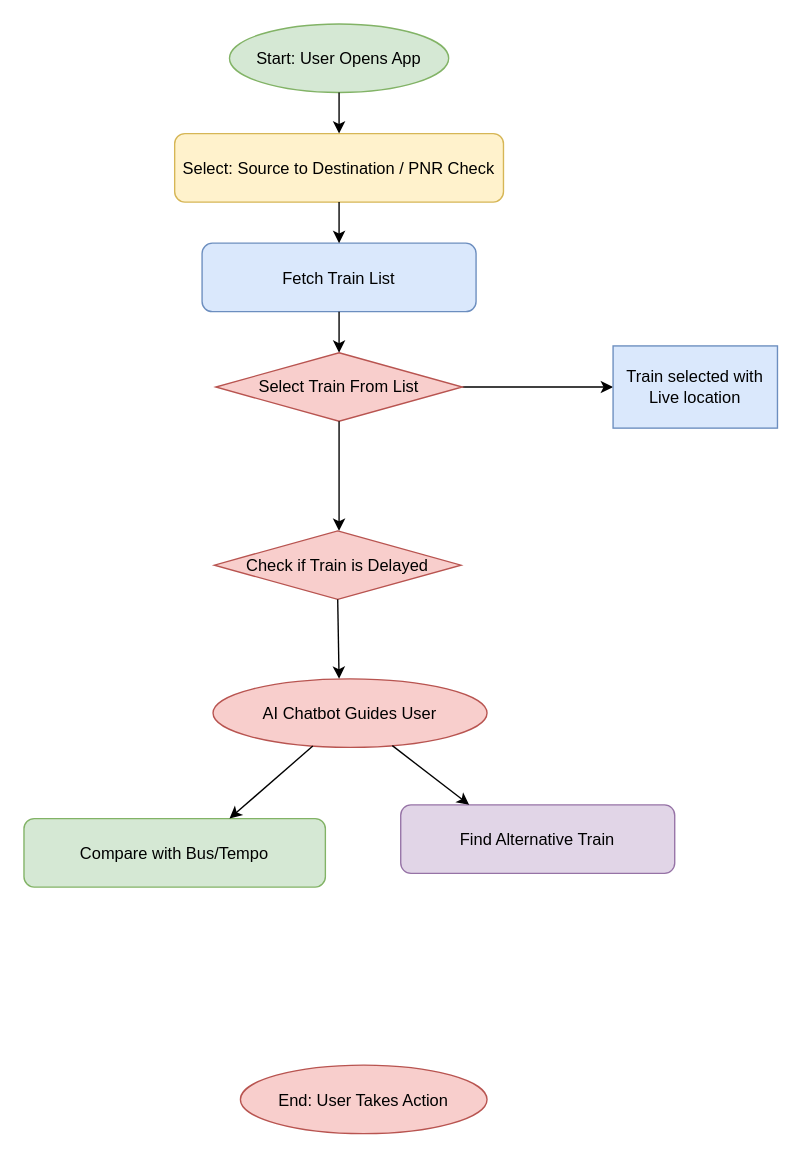
Before: ModelTrain.drawio in Gauravlodhi530/My-First-Web, a draw.io diagram. Source tidied: cells renumbered, new cells numbered last; positions are measured from the earlier drawing's top-left corner, leaving out a move shared by most shapes. Both pictures are drawn from the tidied source at 137%, with x=0, y=0 at pixel (23, 23).
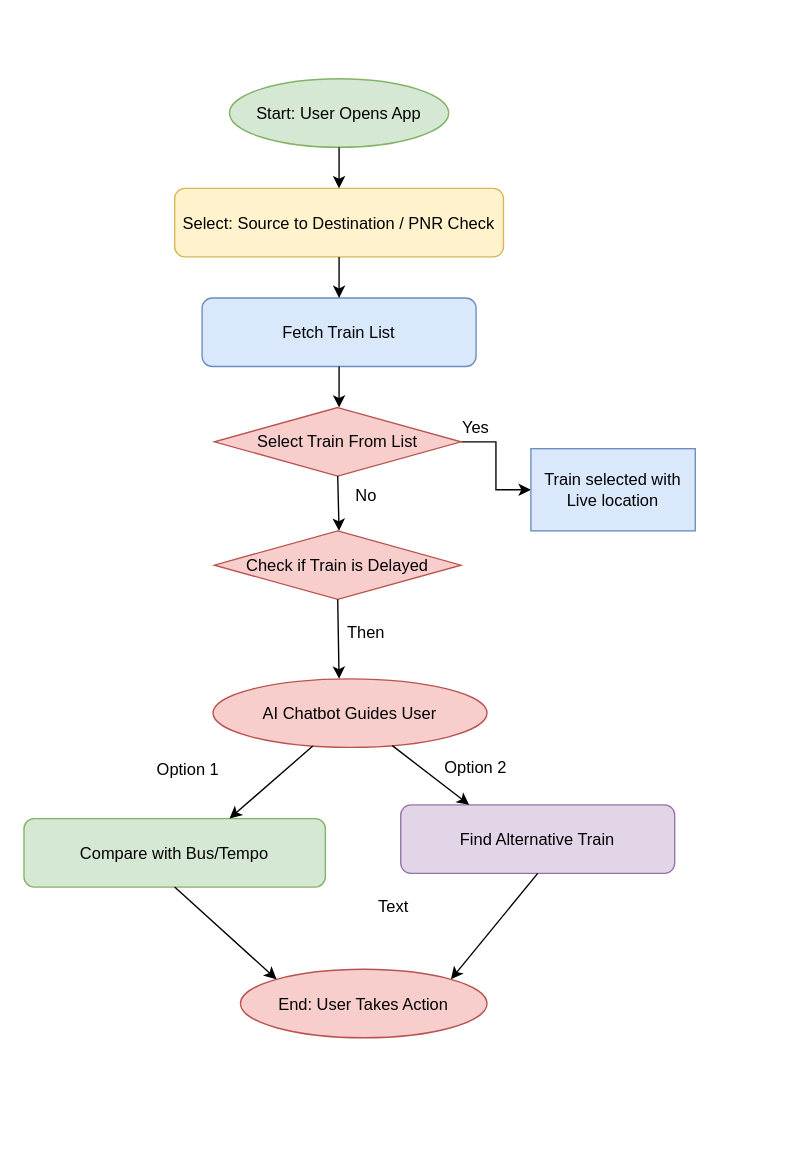
The same page after the edit.

Unchanged cells that the change refers to:
```xml
<mxCell id="9" value="Find Alternative Train" style="rounded=1;fillColor=#E1D5E7;strokeColor=#9673A6;" parent="1" vertex="1">
  <mxGeometry x="275" y="570" width="200" height="50" as="geometry" />
</mxCell>
<mxCell id="10" value="Compare with Bus/Tempo" style="rounded=1;fillColor=#D5E8D4;strokeColor=#82B366;" parent="1" vertex="1">
  <mxGeometry y="580" width="220" height="50" as="geometry" />
</mxCell>
```

The edit, as a diff of the source:
```diff
@@
     <mxCell id="2" value="Start: User Opens App" style="ellipse;fillColor=#D5E8D4;strokeColor=#82B366;" parent="1" vertex="1">
-      <mxGeometry x="150" width="160" height="50" as="geometry" />
+      <mxGeometry x="150" y="40" width="160" height="50" as="geometry" />
     </mxCell>
     <mxCell id="3" value="Select: Source to Destination / PNR Check" style="rounded=1;fillColor=#FFF2CC;strokeColor=#D6B656;" parent="1" vertex="1">
-      <mxGeometry x="110" y="80" width="240" height="50" as="geometry" />
+      <mxGeometry x="110" y="120" width="240" height="50" as="geometry" />
     </mxCell>
@@
     <mxCell id="5" value="Fetch Train List" style="rounded=1;fillColor=#DAE8FC;strokeColor=#6C8EBF;" parent="1" vertex="1">
-      <mxGeometry x="130" y="160" width="200" height="50" as="geometry" />
+      <mxGeometry x="130" y="200" width="200" height="50" as="geometry" />
     </mxCell>
@@
     <mxCell id="7" parent="1" edge="1" source="5">
       <mxGeometry relative="1" as="geometry">
-        <mxPoint x="230" y="240" as="targetPoint" />
+        <mxPoint x="230" y="280" as="targetPoint" />
       </mxGeometry>
     </mxCell>
@@
     <mxCell id="12" value="End: User Takes Action" style="ellipse;fillColor=#F8CECC;strokeColor=#B85450;" parent="1" vertex="1">
-      <mxGeometry x="158" y="760" width="180" height="50" as="geometry" />
+      <mxGeometry x="158" y="690" width="180" height="50" as="geometry" />
     </mxCell>
@@
     <mxCell id="15" value="Select Train From List" style="rhombus;whiteSpace=wrap;html=1;fillColor=#f8cecc;strokeColor=#b85450;" parent="1" vertex="1">
-      <mxGeometry x="140" y="240" width="180" height="50" as="geometry" />
+      <mxGeometry x="139" y="280" width="180" height="50" as="geometry" />
     </mxCell>
     <mxCell id="16" value="Train selected with Live location" style="whiteSpace=wrap;html=1;fillColor=#dae8fc;strokeColor=#6c8ebf;" parent="1" vertex="1">
-      <mxGeometry x="430" y="235" width="120" height="60" as="geometry" />
+      <mxGeometry x="370" y="310" width="120" height="60" as="geometry" />
     </mxCell>
@@
+    <mxCell id="20" style="endArrow=classic;html=1;rounded=0;exitX=0.5;exitY=1;exitDx=0;exitDy=0;entryX=0;entryY=0;entryDx=0;entryDy=0;" parent="1" edge="1" source="10" target="12">
+      <mxGeometry relative="1" as="geometry" />
+    </mxCell>
+    <mxCell id="21" style="endArrow=classic;html=1;rounded=0;exitX=0.5;exitY=1;exitDx=0;exitDy=0;entryX=1;entryY=0;entryDx=0;entryDy=0;" parent="1" edge="1" source="9" target="12">
+      <mxGeometry relative="1" as="geometry" />
+    </mxCell>
+    <mxCell id="22" value="No" style="text;html=1;align=center;verticalAlign=middle;whiteSpace=wrap;rounded=0;" parent="1" vertex="1">
+      <mxGeometry x="220" y="330" width="60" height="30" as="geometry" />
+    </mxCell>
+    <mxCell id="23" value="Yes" style="text;html=1;align=center;verticalAlign=middle;whiteSpace=wrap;rounded=0;" parent="1" vertex="1">
+      <mxGeometry x="300" y="280" width="60" height="30" as="geometry" />
+    </mxCell>
+    <mxCell id="24" value="Then" style="text;html=1;align=center;verticalAlign=middle;whiteSpace=wrap;rounded=0;" parent="1" vertex="1">
+      <mxGeometry x="220" y="430" width="60" height="30" as="geometry" />
+    </mxCell>
+    <mxCell id="25" value="Text" style="text;html=1;align=center;verticalAlign=middle;whiteSpace=wrap;rounded=0;" parent="1" vertex="1">
+      <mxGeometry x="240" y="630" width="60" height="30" as="geometry" />
+    </mxCell>
+    <mxCell id="26" value="Option 1" style="text;html=1;align=center;verticalAlign=middle;whiteSpace=wrap;rounded=0;" parent="1" vertex="1">
+      <mxGeometry x="90" y="530" width="60" height="30" as="geometry" />
+    </mxCell>
+    <mxCell id="27" value="Option 2" style="text;html=1;align=center;verticalAlign=middle;whiteSpace=wrap;rounded=0;" parent="1" vertex="1">
+      <mxGeometry x="300" y="528" width="60" height="30" as="geometry" />
+    </mxCell>
```
